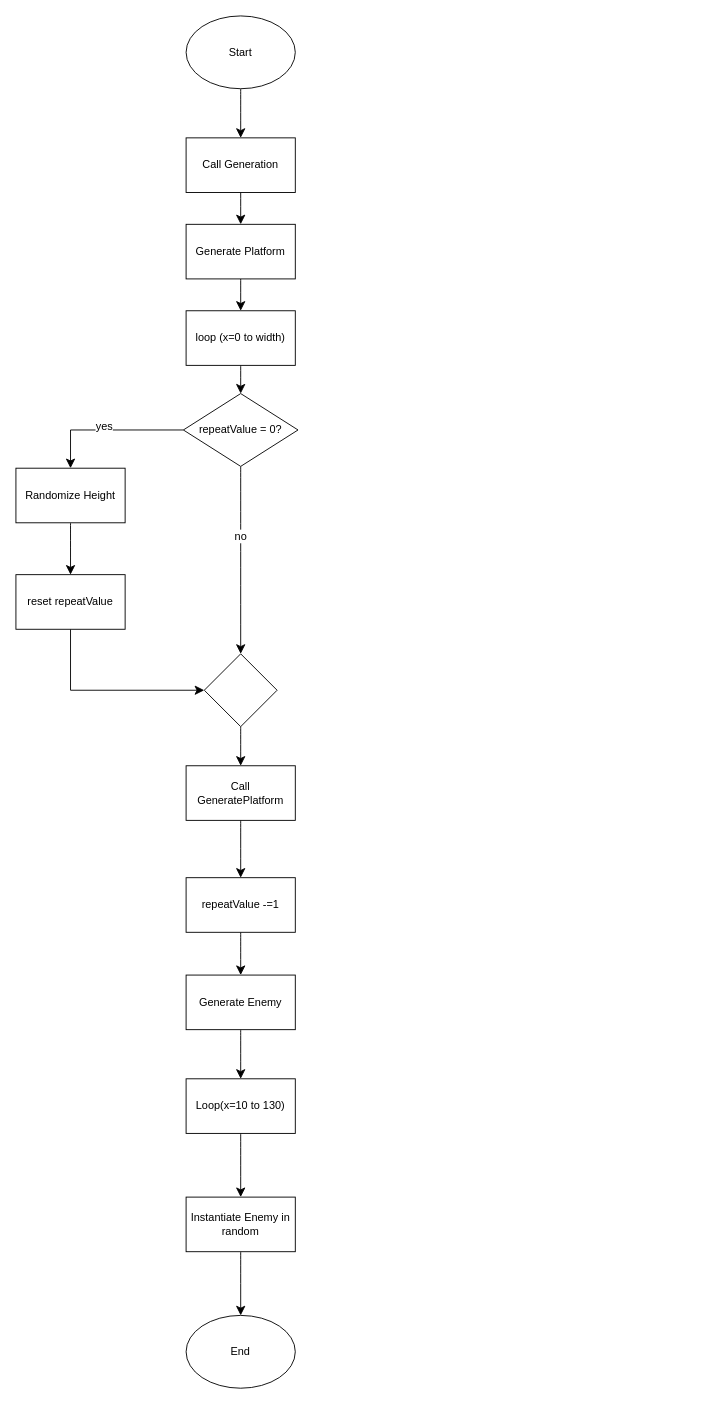
zaenal-abidin-syah/diagram keeps this draw.io diagram as pcg platform generation.drawio. Above is the earlier version. Source tidied: cells renumbered, new cells numbered last; positions are measured from the earlier drawing's top-left corner, leaving out a move shared by most shapes. Both pictures are drawn from the tidied source at 91%, with x=0, y=0 at pixel (15, 15).
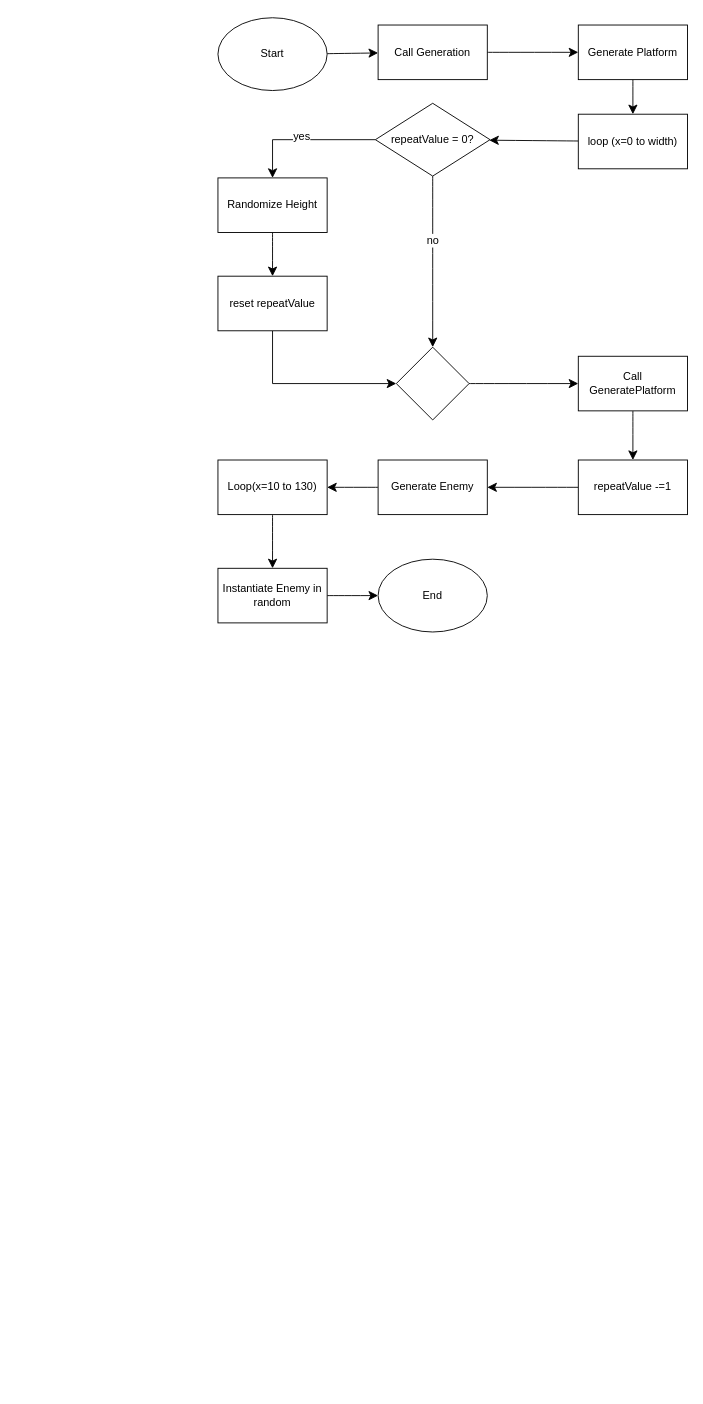
After the change.

Diff of the diagram source:
```diff
@@
     <mxCell id="3" value="Start" style="ellipse;whiteSpace=wrap;html=1;" parent="1" vertex="1">
-      <mxGeometry x="187" width="120" height="80" as="geometry" />
+      <mxGeometry x="222" y="2" width="120" height="80" as="geometry" />
     </mxCell>
@@
     <mxCell id="5" value="Call Generation" style="whiteSpace=wrap;html=1;" parent="1" vertex="1">
-      <mxGeometry x="187" y="134" width="120" height="60" as="geometry" />
+      <mxGeometry x="398" y="10" width="120" height="60" as="geometry" />
     </mxCell>
@@
     <mxCell id="7" value="Generate Platform" style="whiteSpace=wrap;html=1;" parent="1" vertex="1">
-      <mxGeometry x="187" y="229" width="120" height="60" as="geometry" />
+      <mxGeometry x="618" y="10" width="120" height="60" as="geometry" />
     </mxCell>
@@
     <mxCell id="9" value="loop (x=0 to width)" style="whiteSpace=wrap;html=1;" parent="1" vertex="1">
-      <mxGeometry x="187" y="324" width="120" height="60" as="geometry" />
+      <mxGeometry x="618" y="108" width="120" height="60" as="geometry" />
     </mxCell>
@@
     <mxCell id="14" value="repeatValue = 0?" style="rhombus;whiteSpace=wrap;html=1;" parent="1" vertex="1">
-      <mxGeometry x="184" y="415" width="126" height="80" as="geometry" />
+      <mxGeometry x="395" y="96" width="126" height="80" as="geometry" />
     </mxCell>
     <mxCell id="15" style="edgeStyle=elbowEdgeStyle;rounded=0;jettySize=auto;html=1;fontSize=12;startSize=8;endSize=8;entryX=0;entryY=0.5;entryDx=0;entryDy=0;exitX=0.5;exitY=1;exitDx=0;exitDy=0;" parent="1" edge="1" source="20" target="19">
       <mxGeometry relative="1" as="geometry">
         <Array as="points">
-          <mxPoint x="60" y="688" />
+          <mxPoint x="282" y="379" />
         </Array>
       </mxGeometry>
     </mxCell>
@@
     <mxCell id="17" value="Randomize Height" style="whiteSpace=wrap;html=1;" parent="1" vertex="1">
-      <mxGeometry y="497" width="120" height="60" as="geometry" />
+      <mxGeometry x="222" y="178" width="120" height="60" as="geometry" />
     </mxCell>
@@
     <mxCell id="19" style="rhombus;whiteSpace=wrap;html=1;" parent="1" vertex="1">
-      <mxGeometry x="207" y="701" width="80" height="80" as="geometry" />
+      <mxGeometry x="418" y="364" width="80" height="80" as="geometry" />
     </mxCell>
     <mxCell id="20" value="reset repeatValue" style="whiteSpace=wrap;html=1;" parent="1" vertex="1">
-      <mxGeometry y="614" width="120" height="60" as="geometry" />
+      <mxGeometry x="222" y="286" width="120" height="60" as="geometry" />
     </mxCell>
@@
     <mxCell id="22" value="repeatValue -=1" style="whiteSpace=wrap;html=1;" parent="1" vertex="1">
-      <mxGeometry x="187" y="947" width="120" height="60" as="geometry" />
+      <mxGeometry x="618" y="488" width="120" height="60" as="geometry" />
     </mxCell>
@@
     <mxCell id="24" value="Call GeneratePlatform" style="whiteSpace=wrap;html=1;" parent="1" vertex="1">
-      <mxGeometry x="187" y="824" width="120" height="60" as="geometry" />
+      <mxGeometry x="618" y="374" width="120" height="60" as="geometry" />
     </mxCell>
@@
     <mxCell id="26" value="Generate Enemy" style="whiteSpace=wrap;html=1;" parent="1" vertex="1">
-      <mxGeometry x="187" y="1054" width="120" height="60" as="geometry" />
+      <mxGeometry x="398" y="488" width="120" height="60" as="geometry" />
     </mxCell>
@@
     <mxCell id="28" value="Loop(x=10 to 130)" style="whiteSpace=wrap;html=1;" parent="1" vertex="1">
-      <mxGeometry x="187" y="1168" width="120" height="60" as="geometry" />
+      <mxGeometry x="222" y="488" width="120" height="60" as="geometry" />
     </mxCell>
-    <mxCell id="29" style="edgeStyle=none;curved=1;rounded=0;jettySize=auto;html=1;exitX=0.5;exitY=1;exitDx=0;exitDy=0;entryX=0.5;entryY=0;entryDx=0;entryDy=0;fontSize=12;startSize=8;endSize=8;" parent="1" edge="1" source="30" target="31">
+    <mxCell id="29" style="edgeStyle=none;curved=1;rounded=0;jettySize=auto;html=1;exitX=1;exitY=0.5;exitDx=0;exitDy=0;entryX=0;entryY=0.5;entryDx=0;entryDy=0;fontSize=12;startSize=8;endSize=8;" parent="1" edge="1" source="30" target="31">
       <mxGeometry relative="1" as="geometry" />
     </mxCell>
     <mxCell id="30" value="Instantiate Enemy in random" style="whiteSpace=wrap;html=1;" parent="1" vertex="1">
-      <mxGeometry x="187" y="1298" width="120" height="60" as="geometry" />
+      <mxGeometry x="222" y="607" width="120" height="60" as="geometry" />
     </mxCell>
     <mxCell id="31" value="End" style="ellipse;whiteSpace=wrap;html=1;" parent="1" vertex="1">
-      <mxGeometry x="187" y="1428" width="120" height="80" as="geometry" />
+      <mxGeometry x="398" y="597" width="120" height="80" as="geometry" />
     </mxCell>
```
